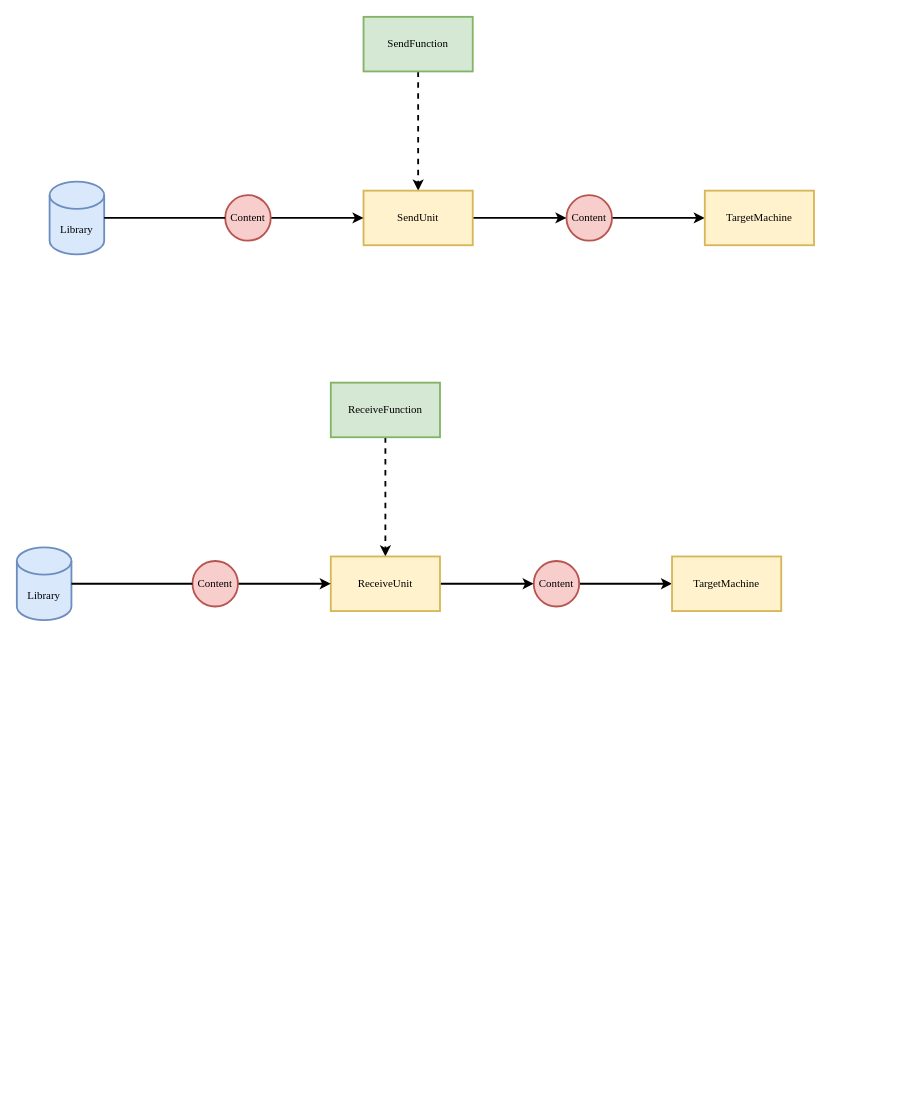
The draw.io diagram page "Unit功能" (5 of 10) of Analyse/总体分析框架.drawio in EntelechySystem/EntelechySystem_theory, before the edit. Source tidied: cells renumbered, new cells numbered last; positions are measured from the earlier drawing's top-left corner, leaving out a move shared by most shapes. Both pictures are drawn from the tidied source at 91%, with x=0, y=0 at pixel (16, 16).
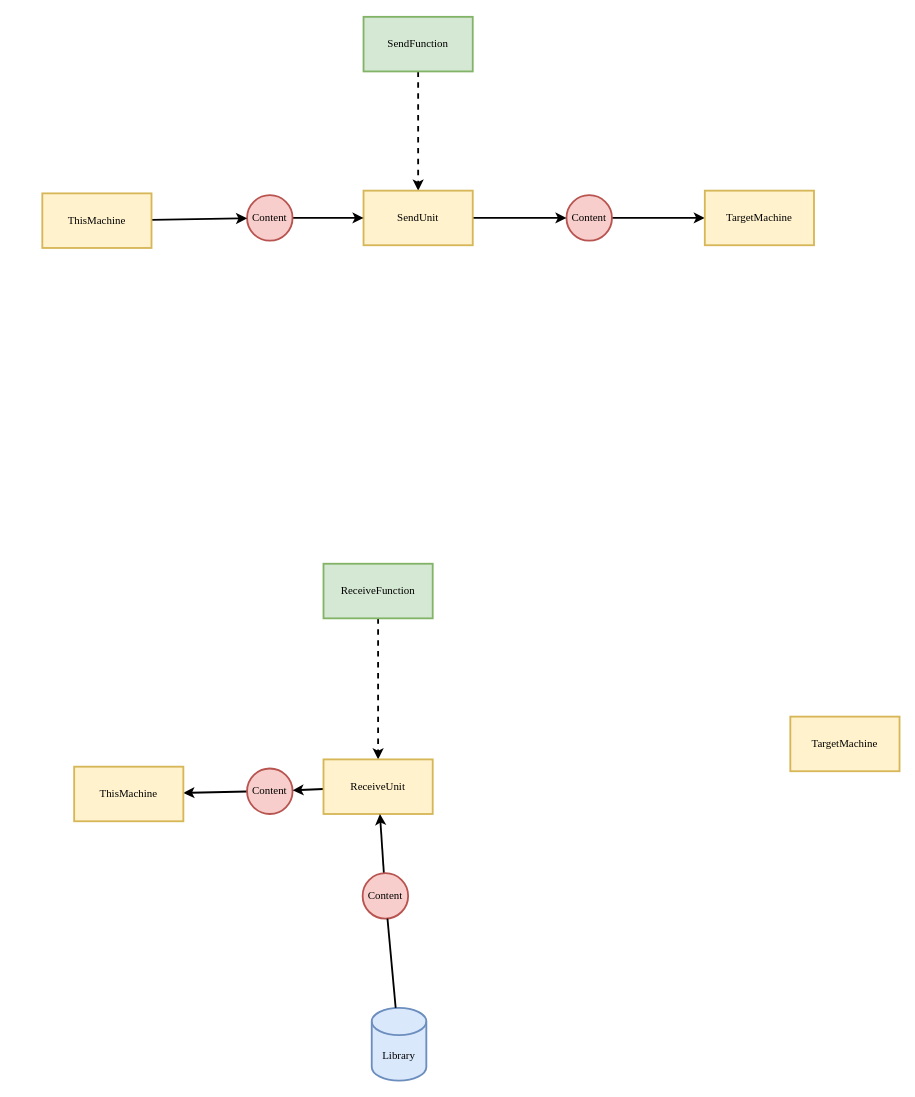
After the change.

Diff of the diagram source:
```diff
@@
-    <mxCell id="8" value="Library" style="shape=cylinder3;whiteSpace=wrap;html=1;boundedLbl=1;backgroundOutline=1;size=15;fontFamily=Times New Roman;strokeWidth=2;fillColor=#dae8fc;strokeColor=#6c8ebf;flipH=1;flipV=0;" parent="1" vertex="1">
-      <mxGeometry x="36" y="181" width="60" height="80" as="geometry" />
-    </mxCell>
@@
     <mxCell id="11" value="Content" style="ellipse;whiteSpace=wrap;html=1;fontFamily=Times New Roman;strokeWidth=2;fillColor=#f8cecc;strokeColor=#b85450;flipH=1;flipV=0;" parent="1" vertex="1">
-      <mxGeometry x="229" y="196" width="50" height="50" as="geometry" />
+      <mxGeometry x="253" y="196" width="50" height="50" as="geometry" />
     </mxCell>
-    <mxCell id="12" style="edgeStyle=none;rounded=0;jettySize=auto;html=1;fontFamily=Times New Roman;endArrow=none;endFill=1;strokeWidth=2;" parent="1" edge="1" source="8" target="11">
-      <mxGeometry relative="1" as="geometry" />
-    </mxCell>
@@
     <mxCell id="14" value="Content" style="ellipse;whiteSpace=wrap;html=1;fontFamily=Times New Roman;strokeWidth=2;fillColor=#f8cecc;strokeColor=#b85450;flipH=1;flipV=0;" parent="1" vertex="1">
-      <mxGeometry x="568" y="598" width="50" height="50" as="geometry" />
+      <mxGeometry x="253" y="826" width="50" height="50" as="geometry" />
     </mxCell>
-    <mxCell id="15" value="TargetMachine" style="whiteSpace=wrap;html=1;fontFamily=Times New Roman;strokeWidth=2;fillColor=#fff2cc;strokeColor=#d6b656;flipH=1;flipV=0;" parent="1" vertex="1">
-      <mxGeometry x="720" y="593" width="120" height="60" as="geometry" />
+    <mxCell id="15" value="ThisMachine" style="whiteSpace=wrap;html=1;fontFamily=Times New Roman;strokeWidth=2;fillColor=#fff2cc;strokeColor=#d6b656;flipH=1;flipV=0;" parent="1" vertex="1">
+      <mxGeometry x="63" y="824" width="120" height="60" as="geometry" />
     </mxCell>
@@
     <mxCell id="17" value="ReceiveFunction" style="rounded=0;whiteSpace=wrap;html=1;fontFamily=Times New Roman;strokeWidth=2;fillColor=#d5e8d4;strokeColor=#82b366;" parent="1" vertex="1">
-      <mxGeometry x="345" y="402" width="120" height="60" as="geometry" />
+      <mxGeometry x="337" y="601" width="120" height="60" as="geometry" />
     </mxCell>
@@
     <mxCell id="19" value="Library" style="shape=cylinder3;whiteSpace=wrap;html=1;boundedLbl=1;backgroundOutline=1;size=15;fontFamily=Times New Roman;strokeWidth=2;fillColor=#dae8fc;strokeColor=#6c8ebf;flipH=1;flipV=0;" parent="1" vertex="1">
-      <mxGeometry y="583" width="60" height="80" as="geometry" />
+      <mxGeometry x="390" y="1089" width="60" height="80" as="geometry" />
     </mxCell>
     <mxCell id="20" value="ReceiveUnit" style="rounded=0;whiteSpace=wrap;html=1;fontFamily=Times New Roman;strokeWidth=2;fillColor=#fff2cc;strokeColor=#d6b656;flipH=1;flipV=0;" parent="1" vertex="1">
-      <mxGeometry x="345" y="593" width="120" height="60" as="geometry" />
+      <mxGeometry x="337" y="816" width="120" height="60" as="geometry" />
     </mxCell>
@@
     <mxCell id="22" value="Content" style="ellipse;whiteSpace=wrap;html=1;fontFamily=Times New Roman;strokeWidth=2;fillColor=#f8cecc;strokeColor=#b85450;flipH=1;flipV=0;" parent="1" vertex="1">
-      <mxGeometry x="193" y="598" width="50" height="50" as="geometry" />
+      <mxGeometry x="380" y="941" width="50" height="50" as="geometry" />
     </mxCell>
@@
+    <mxCell id="24" value="TargetMachine" style="whiteSpace=wrap;html=1;fontFamily=Times New Roman;strokeWidth=2;fillColor=#fff2cc;strokeColor=#d6b656;flipH=1;flipV=0;" parent="1" vertex="1">
+      <mxGeometry x="850" y="769" width="120" height="60" as="geometry" />
+    </mxCell>
+    <mxCell id="25" style="rounded=0;jettySize=auto;html=1;fontFamily=Times New Roman;endFill=1;strokeWidth=2;startArrow=none;" parent="1" edge="1" source="26" target="11">
+      <mxGeometry relative="1" as="geometry" />
+    </mxCell>
+    <mxCell id="26" value="ThisMachine" style="whiteSpace=wrap;html=1;fontFamily=Times New Roman;strokeWidth=2;fillColor=#fff2cc;strokeColor=#d6b656;flipH=1;flipV=0;" parent="1" vertex="1">
+      <mxGeometry x="28" y="194" width="120" height="60" as="geometry" />
+    </mxCell>
```
